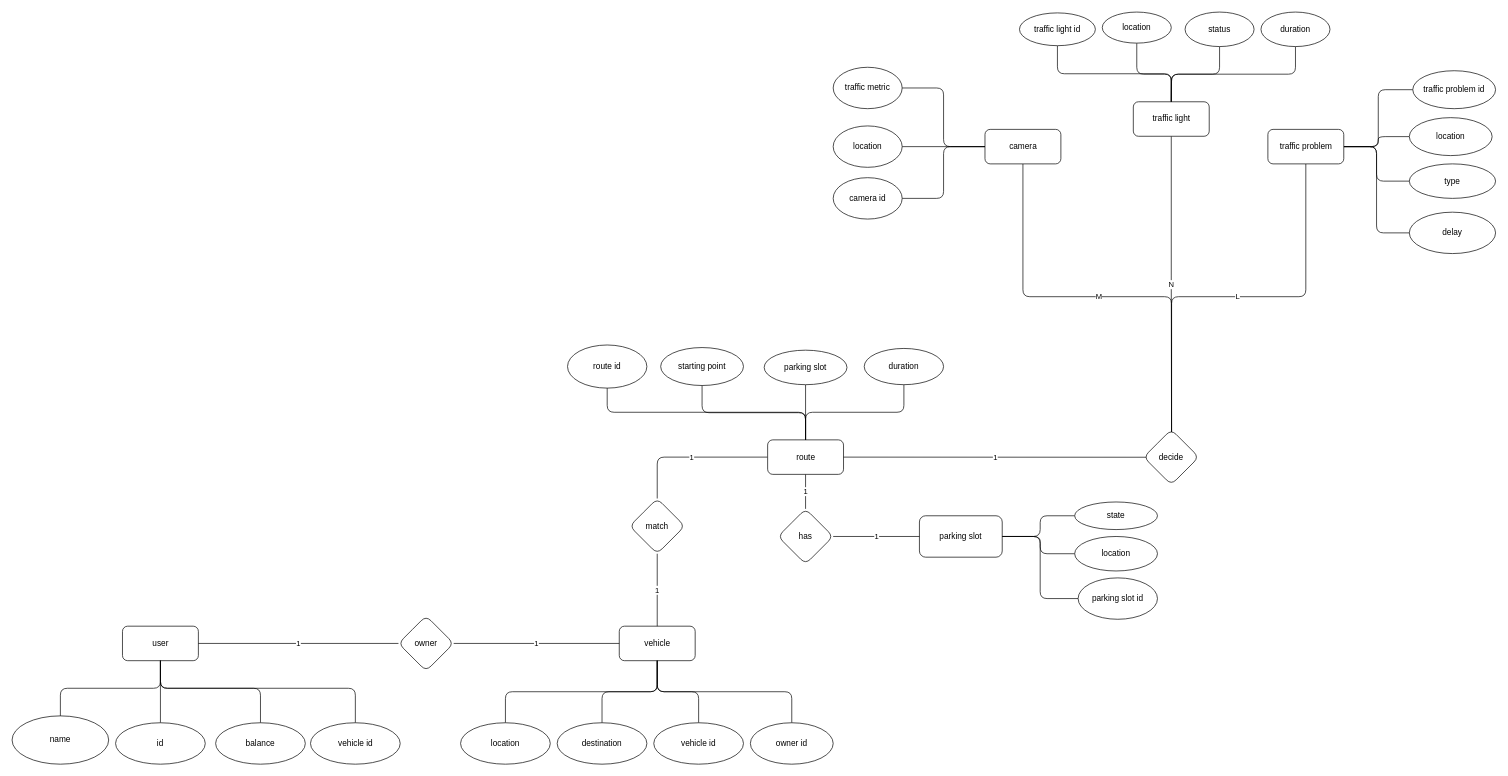
This is page "Page-1" (1 of 2) of traffic-management.drawio from georgegito/smart-traffic-management-db, a draw.io file, before an edit. Source tidied: cells renumbered, new cells numbered last; positions are measured from the earlier drawing's top-left corner, leaving out a move shared by most shapes. Both pictures are drawn from the tidied source at 69%, with x=0, y=0 at pixel (12, 12).
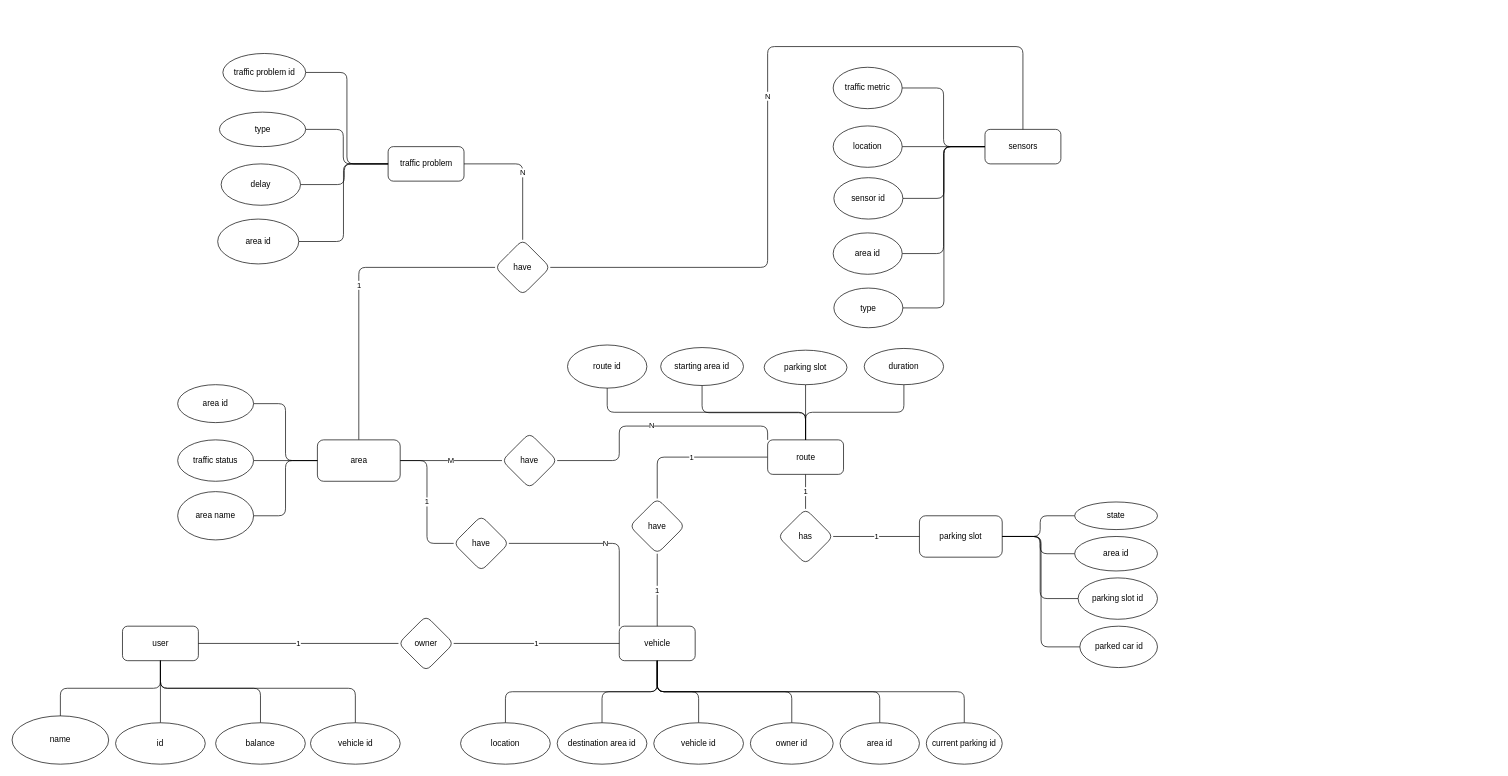
The same page after the edit.

Unchanged cells that the change refers to:
```xml
<mxCell id="7" value="route" style="html=1;sketch=0;rounded=1;" parent="1" vertex="1">
  <mxGeometry x="1095" y="620" width="110" height="50" as="geometry" />
</mxCell>
<mxCell id="8" value="vehicle" style="html=1;sketch=0;rounded=1;" parent="1" vertex="1">
  <mxGeometry x="880" y="890" width="110" height="50" as="geometry" />
</mxCell>
<mxCell id="48" value="parking slot" style="whiteSpace=wrap;html=1;sketch=0;rounded=1;" parent="1" vertex="1">
  <mxGeometry x="1315" y="730" width="120" height="60" as="geometry" />
</mxCell>
```

Diff of the diagram source:
```diff
@@
-    <mxCell id="2" value="N" style="edgeStyle=orthogonalEdgeStyle;jettySize=auto;html=1;exitX=0.5;exitY=1;exitDx=0;exitDy=0;endArrow=none;endFill=0;sketch=0;entryX=0.505;entryY=0.051;entryDx=0;entryDy=0;entryPerimeter=0;" parent="1" edge="1" source="4" target="34">
-      <mxGeometry relative="1" as="geometry" />
-    </mxCell>
-    <mxCell id="3" style="edgeStyle=orthogonalEdgeStyle;curved=0;rounded=1;sketch=0;jettySize=auto;html=1;exitX=0.5;exitY=0;exitDx=0;exitDy=0;entryX=0.5;entryY=1;entryDx=0;entryDy=0;endArrow=none;endFill=0;" parent="1" edge="1" source="4" target="66">
-      <mxGeometry relative="1" as="geometry">
-        <Array as="points">
-          <mxPoint x="1680" y="90" />
-          <mxPoint x="1630" y="90" />
-        </Array>
-      </mxGeometry>
-    </mxCell>
-    <mxCell id="4" value="traffic light" style="html=1;sketch=0;rounded=1;" parent="1" vertex="1">
-      <mxGeometry x="1625" y="130" width="110" height="50" as="geometry" />
-    </mxCell>
@@
+    <mxCell id="75" value="N" style="edgeStyle=orthogonalEdgeStyle;rounded=1;jettySize=auto;html=1;exitX=0;exitY=0;exitDx=0;exitDy=0;entryX=1;entryY=0.5;entryDx=0;entryDy=0;endArrow=none;endFill=0;strokeColor=default;" parent="1" edge="1" source="7" target="96">
+      <mxGeometry relative="1" as="geometry">
+        <Array as="points">
+          <mxPoint x="1095" y="600" />
+          <mxPoint x="880" y="600" />
+          <mxPoint x="880" y="650" />
+        </Array>
+      </mxGeometry>
+    </mxCell>
@@
+    <mxCell id="76" style="edgeStyle=orthogonalEdgeStyle;rounded=1;jettySize=auto;html=1;exitX=0.5;exitY=1;exitDx=0;exitDy=0;entryX=0.5;entryY=0;entryDx=0;entryDy=0;endArrow=none;endFill=0;strokeColor=default;" parent="1" edge="1" source="8" target="87">
+      <mxGeometry relative="1" as="geometry" />
+    </mxCell>
+    <mxCell id="77" value="N" style="edgeStyle=orthogonalEdgeStyle;rounded=1;jettySize=auto;html=1;exitX=0;exitY=0;exitDx=0;exitDy=0;entryX=1;entryY=0.5;entryDx=0;entryDy=0;endArrow=none;endFill=0;strokeColor=default;" parent="1" edge="1" source="8" target="95">
+      <mxGeometry relative="1" as="geometry" />
+    </mxCell>
+    <mxCell id="78" style="edgeStyle=orthogonalEdgeStyle;rounded=1;jettySize=auto;html=1;exitX=0.5;exitY=1;exitDx=0;exitDy=0;entryX=0.5;entryY=0;entryDx=0;entryDy=0;endArrow=none;endFill=0;strokeColor=default;" parent="1" edge="1" source="8" target="97">
+      <mxGeometry relative="1" as="geometry" />
+    </mxCell>
@@
-    <mxCell id="10" value="M" style="edgeStyle=orthogonalEdgeStyle;jettySize=auto;html=1;exitX=0.5;exitY=1;exitDx=0;exitDy=0;entryX=0.505;entryY=0.045;entryDx=0;entryDy=0;endArrow=none;endFill=0;sketch=0;entryPerimeter=0;" parent="1" edge="1" source="11" target="34">
-      <mxGeometry relative="1" as="geometry" />
-    </mxCell>
-    <mxCell id="11" value="camera" style="html=1;sketch=0;rounded=1;" parent="1" vertex="1">
+    <mxCell id="11" value="sensors" style="html=1;sketch=0;rounded=1;" parent="1" vertex="1">
       <mxGeometry x="1410" y="170" width="110" height="50" as="geometry" />
     </mxCell>
-    <mxCell id="12" value="L" style="edgeStyle=orthogonalEdgeStyle;jettySize=auto;html=1;exitX=0.5;exitY=1;exitDx=0;exitDy=0;entryX=0.505;entryY=0.057;entryDx=0;entryDy=0;endArrow=none;endFill=0;sketch=0;entryPerimeter=0;" parent="1" edge="1" source="17" target="34">
-      <mxGeometry relative="1" as="geometry" />
-    </mxCell>
-    <mxCell id="13" style="edgeStyle=orthogonalEdgeStyle;curved=0;rounded=1;sketch=0;jettySize=auto;html=1;exitX=1;exitY=0.5;exitDx=0;exitDy=0;entryX=0;entryY=0.5;entryDx=0;entryDy=0;endArrow=none;endFill=0;" parent="1" edge="1" source="17" target="71">
-      <mxGeometry relative="1" as="geometry" />
-    </mxCell>
-    <mxCell id="14" style="edgeStyle=orthogonalEdgeStyle;curved=0;rounded=1;sketch=0;jettySize=auto;html=1;exitX=1;exitY=0.5;exitDx=0;exitDy=0;entryX=0;entryY=0.5;entryDx=0;entryDy=0;endArrow=none;endFill=0;" parent="1" edge="1" source="17" target="72">
-      <mxGeometry relative="1" as="geometry">
-        <Array as="points">
-          <mxPoint x="1980" y="195" />
-          <mxPoint x="1980" y="181" />
-        </Array>
-      </mxGeometry>
-    </mxCell>
-    <mxCell id="15" style="edgeStyle=orthogonalEdgeStyle;curved=0;rounded=1;sketch=0;jettySize=auto;html=1;exitX=1;exitY=0.5;exitDx=0;exitDy=0;entryX=0;entryY=0.5;entryDx=0;entryDy=0;endArrow=none;endFill=0;" parent="1" edge="1" source="17" target="74">
-      <mxGeometry relative="1" as="geometry" />
-    </mxCell>
-    <mxCell id="16" style="edgeStyle=orthogonalEdgeStyle;curved=0;rounded=1;sketch=0;jettySize=auto;html=1;exitX=1;exitY=0.5;exitDx=0;exitDy=0;entryX=0;entryY=0.5;entryDx=0;entryDy=0;endArrow=none;endFill=0;" parent="1" edge="1" source="17" target="73">
-      <mxGeometry relative="1" as="geometry" />
-    </mxCell>
+    <mxCell id="79" value="N" style="edgeStyle=orthogonalEdgeStyle;rounded=1;jettySize=auto;html=1;exitX=1;exitY=0.5;exitDx=0;exitDy=0;entryX=0.5;entryY=0;entryDx=0;entryDy=0;endArrow=none;endFill=0;strokeColor=default;" parent="1" edge="1" source="17" target="101">
+      <mxGeometry relative="1" as="geometry">
+        <Array as="points">
+          <mxPoint x="740" y="220" />
+        </Array>
+      </mxGeometry>
+    </mxCell>
     <mxCell id="17" value="traffic problem" style="html=1;sketch=0;rounded=1;" parent="1" vertex="1">
-      <mxGeometry x="1820" y="170" width="110" height="50" as="geometry" />
+      <mxGeometry x="545" y="195" width="110" height="50" as="geometry" />
     </mxCell>
@@
-    <mxCell id="29" value="destination" style="ellipse;whiteSpace=wrap;html=1;sketch=0;rounded=1;" parent="1" vertex="1">
+    <mxCell id="29" value="destination area id" style="ellipse;whiteSpace=wrap;html=1;sketch=0;rounded=1;" parent="1" vertex="1">
       <mxGeometry x="790" y="1030" width="130" height="60" as="geometry" />
     </mxCell>
@@
-    <mxCell id="33" value="1" style="edgeStyle=orthogonalEdgeStyle;curved=0;rounded=1;sketch=0;jettySize=auto;html=1;exitX=0.045;exitY=0.502;exitDx=0;exitDy=0;entryX=1;entryY=0.5;entryDx=0;entryDy=0;endArrow=none;endFill=0;exitPerimeter=0;" parent="1" edge="1" source="34" target="7">
-      <mxGeometry relative="1" as="geometry">
-        <Array as="points">
-          <mxPoint x="1644" y="645" />
-        </Array>
-      </mxGeometry>
-    </mxCell>
-    <mxCell id="34" value="decide" style="rhombus;whiteSpace=wrap;html=1;sketch=0;rounded=1;" parent="1" vertex="1">
-      <mxGeometry x="1640" y="605" width="80" height="80" as="geometry" />
-    </mxCell>
@@
-    <mxCell id="40" value="match" style="rhombus;whiteSpace=wrap;html=1;sketch=0;rounded=1;" parent="1" vertex="1">
+    <mxCell id="40" value="have" style="rhombus;whiteSpace=wrap;html=1;sketch=0;rounded=1;" parent="1" vertex="1">
       <mxGeometry x="895" y="705" width="80" height="80" as="geometry" />
     </mxCell>
@@
-    <mxCell id="46" value="starting point" style="ellipse;whiteSpace=wrap;html=1;sketch=0;rounded=1;" parent="1" vertex="1">
+    <mxCell id="46" value="starting area id" style="ellipse;whiteSpace=wrap;html=1;sketch=0;rounded=1;" parent="1" vertex="1">
       <mxGeometry x="940" y="486.2" width="120" height="55" as="geometry" />
     </mxCell>
@@
-    <mxCell id="54" value="location" style="ellipse;whiteSpace=wrap;html=1;sketch=0;rounded=1;" parent="1" vertex="1">
+    <mxCell id="54" value="area id" style="ellipse;whiteSpace=wrap;html=1;sketch=0;rounded=1;" parent="1" vertex="1">
       <mxGeometry x="1540" y="760" width="120" height="50" as="geometry" />
     </mxCell>
@@
-    <mxCell id="59" value="camera id" style="ellipse;whiteSpace=wrap;html=1;rounded=0;sketch=0;" parent="1" vertex="1">
-      <mxGeometry x="1190" y="240" width="100" height="60" as="geometry" />
+    <mxCell id="59" value="sensor id" style="ellipse;whiteSpace=wrap;html=1;rounded=0;sketch=0;" parent="1" vertex="1">
+      <mxGeometry x="1191" y="240" width="100" height="60" as="geometry" />
     </mxCell>
@@
-    <mxCell id="64" style="edgeStyle=orthogonalEdgeStyle;curved=0;rounded=1;sketch=0;jettySize=auto;html=1;exitX=0.5;exitY=1;exitDx=0;exitDy=0;entryX=0.5;entryY=0;entryDx=0;entryDy=0;endArrow=none;endFill=0;" parent="1" edge="1" source="65" target="4">
-      <mxGeometry relative="1" as="geometry" />
-    </mxCell>
-    <mxCell id="65" value="traffic light id" style="ellipse;whiteSpace=wrap;html=1;rounded=0;sketch=0;" parent="1" vertex="1">
-      <mxGeometry x="1460" y="1.2" width="110" height="47.5" as="geometry" />
-    </mxCell>
-    <mxCell id="66" value="location" style="ellipse;whiteSpace=wrap;html=1;rounded=0;sketch=0;" parent="1" vertex="1">
-      <mxGeometry x="1580" width="100" height="45" as="geometry" />
-    </mxCell>
-    <mxCell id="67" style="edgeStyle=orthogonalEdgeStyle;curved=0;rounded=1;sketch=0;jettySize=auto;html=1;exitX=0.5;exitY=1;exitDx=0;exitDy=0;entryX=0.5;entryY=0;entryDx=0;entryDy=0;endArrow=none;endFill=0;" parent="1" edge="1" source="68" target="4">
-      <mxGeometry relative="1" as="geometry">
-        <Array as="points">
-          <mxPoint x="1750" y="90" />
-          <mxPoint x="1680" y="90" />
-        </Array>
-      </mxGeometry>
-    </mxCell>
-    <mxCell id="68" value="status" style="ellipse;whiteSpace=wrap;html=1;rounded=0;sketch=0;" parent="1" vertex="1">
-      <mxGeometry x="1700" width="100" height="50" as="geometry" />
-    </mxCell>
-    <mxCell id="69" style="edgeStyle=orthogonalEdgeStyle;curved=0;rounded=1;sketch=0;jettySize=auto;html=1;exitX=0.5;exitY=1;exitDx=0;exitDy=0;endArrow=none;endFill=0;" parent="1" edge="1" source="70">
-      <mxGeometry relative="1" as="geometry">
-        <mxPoint x="1680" y="130" as="targetPoint" />
-      </mxGeometry>
-    </mxCell>
-    <mxCell id="70" value="duration" style="ellipse;whiteSpace=wrap;html=1;rounded=0;sketch=0;" parent="1" vertex="1">
-      <mxGeometry x="1810" width="100" height="50" as="geometry" />
-    </mxCell>
+    <mxCell id="80" style="edgeStyle=orthogonalEdgeStyle;rounded=1;jettySize=auto;html=1;exitX=1;exitY=0.5;exitDx=0;exitDy=0;endArrow=none;endFill=0;strokeColor=default;entryX=0;entryY=0.5;entryDx=0;entryDy=0;" parent="1" edge="1" source="71" target="17">
+      <mxGeometry relative="1" as="geometry" />
+    </mxCell>
     <mxCell id="71" value="traffic problem id" style="ellipse;whiteSpace=wrap;html=1;rounded=0;sketch=0;" parent="1" vertex="1">
-      <mxGeometry x="2030" y="85" width="120" height="55" as="geometry" />
+      <mxGeometry x="305.5" y="60" width="120" height="55" as="geometry" />
     </mxCell>
-    <mxCell id="72" value="location" style="ellipse;whiteSpace=wrap;html=1;rounded=0;sketch=0;" parent="1" vertex="1">
-      <mxGeometry x="2025" y="153" width="120" height="55" as="geometry" />
-    </mxCell>
+    <mxCell id="81" style="edgeStyle=orthogonalEdgeStyle;rounded=1;jettySize=auto;html=1;exitX=1;exitY=0.5;exitDx=0;exitDy=0;endArrow=none;endFill=0;strokeColor=default;" parent="1" edge="1" source="73" target="17">
+      <mxGeometry relative="1" as="geometry" />
+    </mxCell>
     <mxCell id="73" value="delay" style="ellipse;whiteSpace=wrap;html=1;rounded=0;sketch=0;" parent="1" vertex="1">
-      <mxGeometry x="2025" y="290" width="125" height="60" as="geometry" />
+      <mxGeometry x="303" y="220" width="115" height="60" as="geometry" />
     </mxCell>
+    <mxCell id="82" style="edgeStyle=orthogonalEdgeStyle;rounded=1;jettySize=auto;html=1;exitX=1;exitY=0.5;exitDx=0;exitDy=0;endArrow=none;endFill=0;strokeColor=default;" parent="1" edge="1" source="74" target="17">
+      <mxGeometry relative="1" as="geometry">
+        <Array as="points">
+          <mxPoint x="480" y="170" />
+          <mxPoint x="480" y="220" />
+        </Array>
+      </mxGeometry>
+    </mxCell>
     <mxCell id="74" value="type" style="ellipse;whiteSpace=wrap;html=1;rounded=0;sketch=0;" parent="1" vertex="1">
-      <mxGeometry x="2025" y="220" width="125" height="50" as="geometry" />
+      <mxGeometry x="300.5" y="145" width="125" height="50" as="geometry" />
     </mxCell>
+    <mxCell id="83" style="edgeStyle=orthogonalEdgeStyle;rounded=1;jettySize=auto;html=1;exitX=0;exitY=0.5;exitDx=0;exitDy=0;entryX=1;entryY=0.5;entryDx=0;entryDy=0;endArrow=none;endFill=0;strokeColor=default;" parent="1" edge="1" source="86" target="88">
+      <mxGeometry relative="1" as="geometry" />
+    </mxCell>
+    <mxCell id="84" value="1" style="edgeStyle=orthogonalEdgeStyle;rounded=1;jettySize=auto;html=1;exitX=1;exitY=0.5;exitDx=0;exitDy=0;entryX=0;entryY=0.5;entryDx=0;entryDy=0;endArrow=none;endFill=0;strokeColor=default;" parent="1" edge="1" source="86" target="95">
+      <mxGeometry relative="1" as="geometry" />
+    </mxCell>
+    <mxCell id="85" value="1" style="edgeStyle=orthogonalEdgeStyle;rounded=1;jettySize=auto;html=1;exitX=0.5;exitY=0;exitDx=0;exitDy=0;entryX=0;entryY=0.5;entryDx=0;entryDy=0;endArrow=none;endFill=0;strokeColor=default;" parent="1" edge="1" source="86" target="101">
+      <mxGeometry relative="1" as="geometry" />
+    </mxCell>
+    <mxCell id="86" value="area" style="rounded=1;whiteSpace=wrap;html=1;" parent="1" vertex="1">
+      <mxGeometry x="442.5" y="620" width="120" height="60" as="geometry" />
+    </mxCell>
+    <mxCell id="87" value="area id" style="ellipse;whiteSpace=wrap;html=1;" parent="1" vertex="1">
+      <mxGeometry x="1200" y="1030" width="115" height="60" as="geometry" />
+    </mxCell>
+    <mxCell id="88" value="area id" style="ellipse;whiteSpace=wrap;html=1;" parent="1" vertex="1">
+      <mxGeometry x="240" y="540" width="110" height="55" as="geometry" />
+    </mxCell>
+    <mxCell id="89" style="edgeStyle=orthogonalEdgeStyle;rounded=1;jettySize=auto;html=1;exitX=1;exitY=0.5;exitDx=0;exitDy=0;entryX=0;entryY=0.5;entryDx=0;entryDy=0;endArrow=none;endFill=0;strokeColor=default;" parent="1" edge="1" source="90" target="86">
+      <mxGeometry relative="1" as="geometry" />
+    </mxCell>
+    <mxCell id="90" value="traffic status" style="ellipse;whiteSpace=wrap;html=1;" parent="1" vertex="1">
+      <mxGeometry x="240" y="620" width="110" height="60" as="geometry" />
+    </mxCell>
+    <mxCell id="91" style="edgeStyle=orthogonalEdgeStyle;rounded=1;jettySize=auto;html=1;exitX=1;exitY=0.5;exitDx=0;exitDy=0;entryX=0;entryY=0.5;entryDx=0;entryDy=0;endArrow=none;endFill=0;strokeColor=default;" parent="1" edge="1" source="92" target="11">
+      <mxGeometry relative="1" as="geometry" />
+    </mxCell>
+    <mxCell id="92" value="area id" style="ellipse;whiteSpace=wrap;html=1;" parent="1" vertex="1">
+      <mxGeometry x="1190" y="320" width="100" height="60" as="geometry" />
+    </mxCell>
+    <mxCell id="93" style="edgeStyle=orthogonalEdgeStyle;rounded=1;jettySize=auto;html=1;exitX=1;exitY=0.5;exitDx=0;exitDy=0;entryX=0;entryY=0.5;entryDx=0;entryDy=0;endArrow=none;endFill=0;strokeColor=default;" parent="1" edge="1" source="94" target="17">
+      <mxGeometry relative="1" as="geometry" />
+    </mxCell>
+    <mxCell id="94" value="area id" style="ellipse;whiteSpace=wrap;html=1;" parent="1" vertex="1">
+      <mxGeometry x="298" y="300" width="117.5" height="65" as="geometry" />
+    </mxCell>
+    <mxCell id="95" value="have" style="rhombus;whiteSpace=wrap;html=1;sketch=0;rounded=1;" parent="1" vertex="1">
+      <mxGeometry x="640" y="730" width="80" height="80" as="geometry" />
+    </mxCell>
+    <mxCell id="10" value="M" style="edgeStyle=orthogonalEdgeStyle;rounded=1;jettySize=auto;html=1;exitX=0;exitY=0.5;exitDx=0;exitDy=0;entryX=1;entryY=0.5;entryDx=0;entryDy=0;endArrow=none;endFill=0;strokeColor=default;" parent="1" edge="1" source="96" target="86">
+      <mxGeometry relative="1" as="geometry" />
+    </mxCell>
+    <mxCell id="96" value="have" style="rhombus;whiteSpace=wrap;html=1;sketch=0;rounded=1;" parent="1" vertex="1">
+      <mxGeometry x="710" y="610" width="80" height="80" as="geometry" />
+    </mxCell>
+    <mxCell id="97" value="current parking id" style="ellipse;whiteSpace=wrap;html=1;fillColor=default;" parent="1" vertex="1">
+      <mxGeometry x="1325" y="1030" width="110" height="60" as="geometry" />
+    </mxCell>
+    <mxCell id="98" style="edgeStyle=orthogonalEdgeStyle;rounded=1;jettySize=auto;html=1;exitX=0;exitY=0.5;exitDx=0;exitDy=0;entryX=1;entryY=0.5;entryDx=0;entryDy=0;endArrow=none;endFill=0;strokeColor=default;" parent="1" edge="1" source="99" target="48">
+      <mxGeometry relative="1" as="geometry" />
+    </mxCell>
+    <mxCell id="99" value="parked car id" style="ellipse;whiteSpace=wrap;html=1;fillColor=default;" parent="1" vertex="1">
+      <mxGeometry x="1547.5" y="890" width="112.5" height="60" as="geometry" />
+    </mxCell>
+    <mxCell id="100" value="N" style="edgeStyle=orthogonalEdgeStyle;rounded=1;jettySize=auto;html=1;entryX=0.5;entryY=0;entryDx=0;entryDy=0;endArrow=none;endFill=0;strokeColor=default;" parent="1" edge="1" source="101" target="11">
+      <mxGeometry relative="1" as="geometry">
+        <Array as="points">
+          <mxPoint x="1095" y="370" />
+          <mxPoint x="1095" y="50" />
+          <mxPoint x="1465" y="50" />
+        </Array>
+      </mxGeometry>
+    </mxCell>
+    <mxCell id="101" value="have" style="rhombus;whiteSpace=wrap;html=1;sketch=0;rounded=1;" parent="1" vertex="1">
+      <mxGeometry x="700" y="330" width="80" height="80" as="geometry" />
+    </mxCell>
+    <mxCell id="102" style="edgeStyle=orthogonalEdgeStyle;rounded=1;jettySize=auto;html=1;exitX=1;exitY=0.5;exitDx=0;exitDy=0;entryX=0;entryY=0.5;entryDx=0;entryDy=0;endArrow=none;endFill=0;strokeColor=default;" parent="1" edge="1" source="103" target="86">
+      <mxGeometry relative="1" as="geometry" />
+    </mxCell>
+    <mxCell id="103" value="area name" style="ellipse;whiteSpace=wrap;html=1;fillColor=default;" parent="1" vertex="1">
+      <mxGeometry x="240" y="695" width="110" height="70" as="geometry" />
+    </mxCell>
+    <mxCell id="104" style="edgeStyle=orthogonalEdgeStyle;rounded=1;jettySize=auto;html=1;exitX=1;exitY=0.5;exitDx=0;exitDy=0;entryX=0;entryY=0.5;entryDx=0;entryDy=0;endArrow=none;endFill=0;strokeColor=default;" parent="1" edge="1" source="105" target="11">
+      <mxGeometry relative="1" as="geometry" />
+    </mxCell>
+    <mxCell id="105" value="type" style="ellipse;whiteSpace=wrap;html=1;fillColor=default;" parent="1" vertex="1">
+      <mxGeometry x="1191" y="400" width="100" height="57.5" as="geometry" />
+    </mxCell>
```
